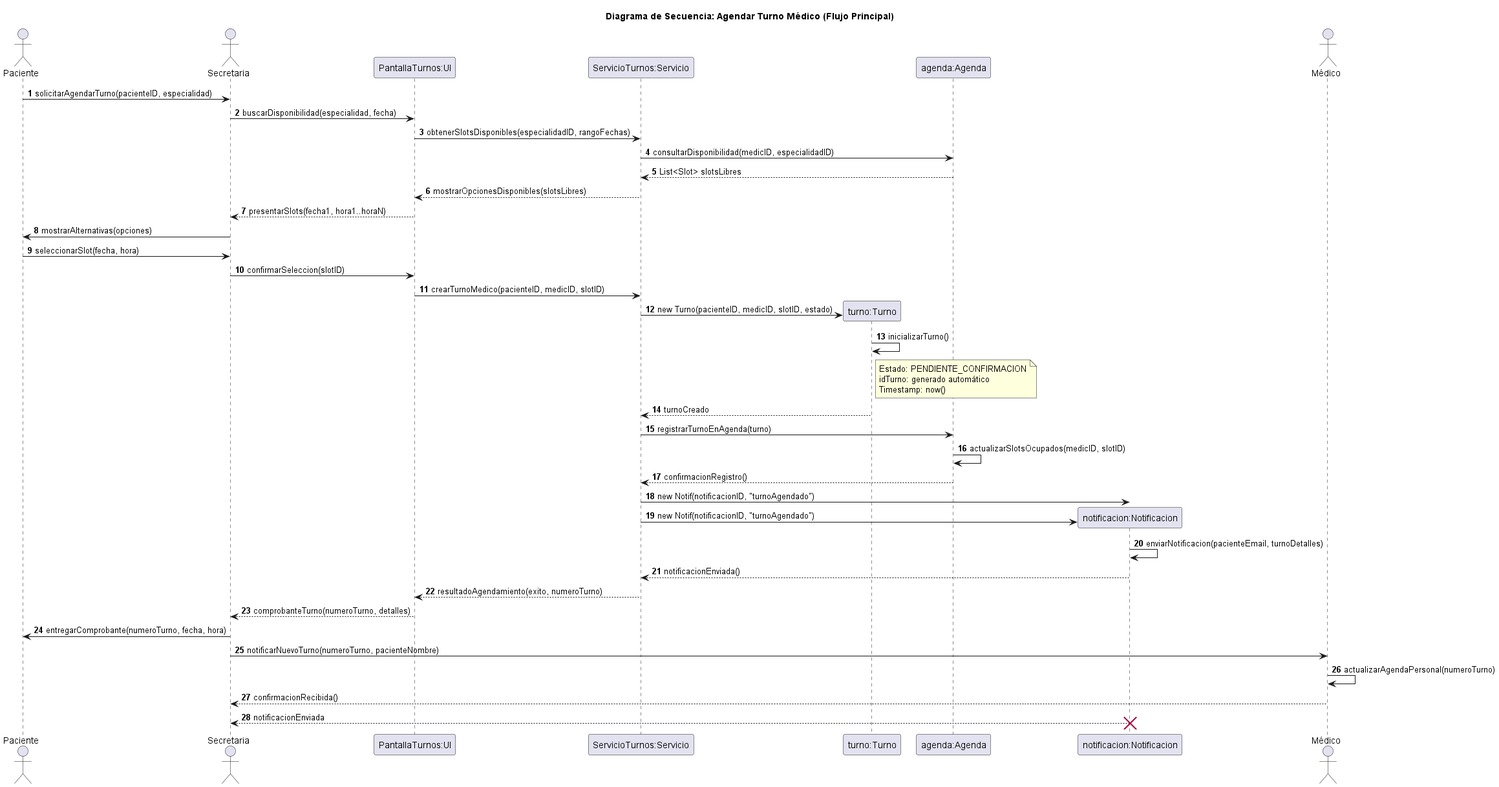
Earlier version of the PlantUML export diagramas/05-diagramas-secuencia/05-secuencia-agendar-turno-flujo-principal-01.png (Purezaamor/SistemaTurnosMedicos).
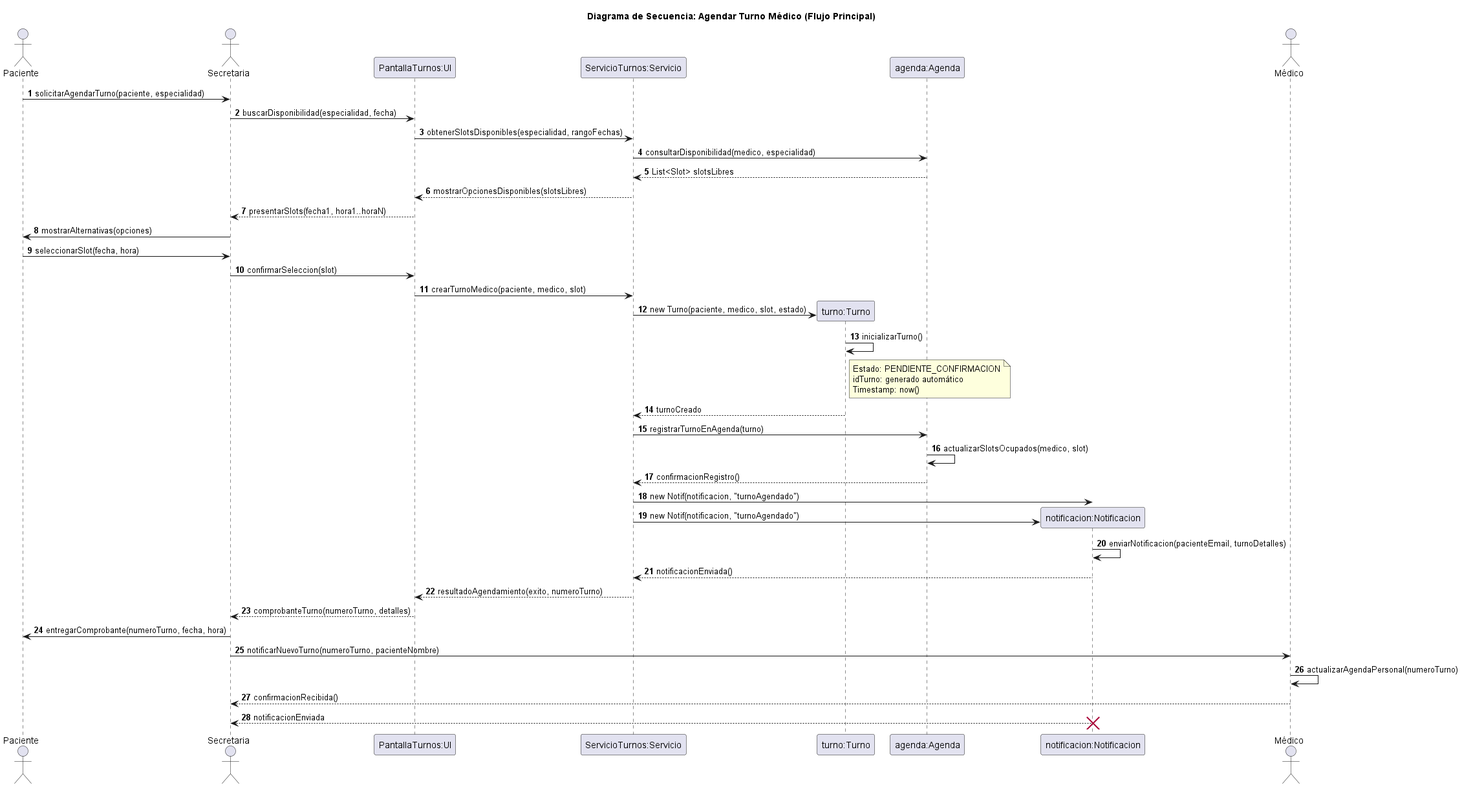
The same diagram one commit later.

What changed in the source:
```diff
@@ -12,19 +12,19 @@
 
 autonumber
 
-Paciente -> Secretaria: solicitarAgendarTurno(pacienteID, especialidad)
+Paciente -> Secretaria: solicitarAgendarTurno(paciente, especialidad)
 Secretaria -> UI: buscarDisponibilidad(especialidad, fecha)
-UI -> Servicio: obtenerSlotsDisponibles(especialidadID, rangoFechas)
-Servicio -> Agenda: consultarDisponibilidad(medicID, especialidadID)
+UI -> Servicio: obtenerSlotsDisponibles(especialidad, rangoFechas)
+Servicio -> Agenda: consultarDisponibilidad(medico, especialidad)
 Agenda --> Servicio: List<Slot> slotsLibres
 Servicio --> UI: mostrarOpcionesDisponibles(slotsLibres)
 UI --> Secretaria: presentarSlots(fecha1, hora1..horaN)
 Secretaria -> Paciente: mostrarAlternativas(opciones)
 Paciente -> Secretaria: seleccionarSlot(fecha, hora)
-Secretaria -> UI: confirmarSeleccion(slotID)
-UI -> Servicio: crearTurnoMedico(pacienteID, medicID, slotID)
+Secretaria -> UI: confirmarSeleccion(slot)
+UI -> Servicio: crearTurnoMedico(paciente, medico, slot)
 create Turno
-Servicio -> Turno: new Turno(pacienteID, medicID, slotID, estado)
+Servicio -> Turno: new Turno(paciente, medico, slot, estado)
 Turno -> Turno: inicializarTurno()
 note right of Turno
   Estado: PENDIENTE_CONFIRMACION
@@ -33,11 +33,11 @@
 end note
 Turno --> Servicio: turnoCreado
 Servicio -> Agenda: registrarTurnoEnAgenda(turno)
-Agenda -> Agenda: actualizarSlotsOcupados(medicID, slotID)
+Agenda -> Agenda: actualizarSlotsOcupados(medico, slot)
 Agenda --> Servicio: confirmacionRegistro()
-Servicio -> Notif: new Notif(notificacionID, "turnoAgendado")
+Servicio -> Notif: new Notif(notificacion, "turnoAgendado")
 create Notif
-Servicio -> Notif: new Notif(notificacionID, "turnoAgendado")
+Servicio -> Notif: new Notif(notificacion, "turnoAgendado")
 Notif -> Notif: enviarNotificacion(pacienteEmail, turnoDetalles)
 Notif --> Servicio: notificacionEnviada()
 Servicio --> UI: resultadoAgendamiento(exito, numeroTurno)
```
